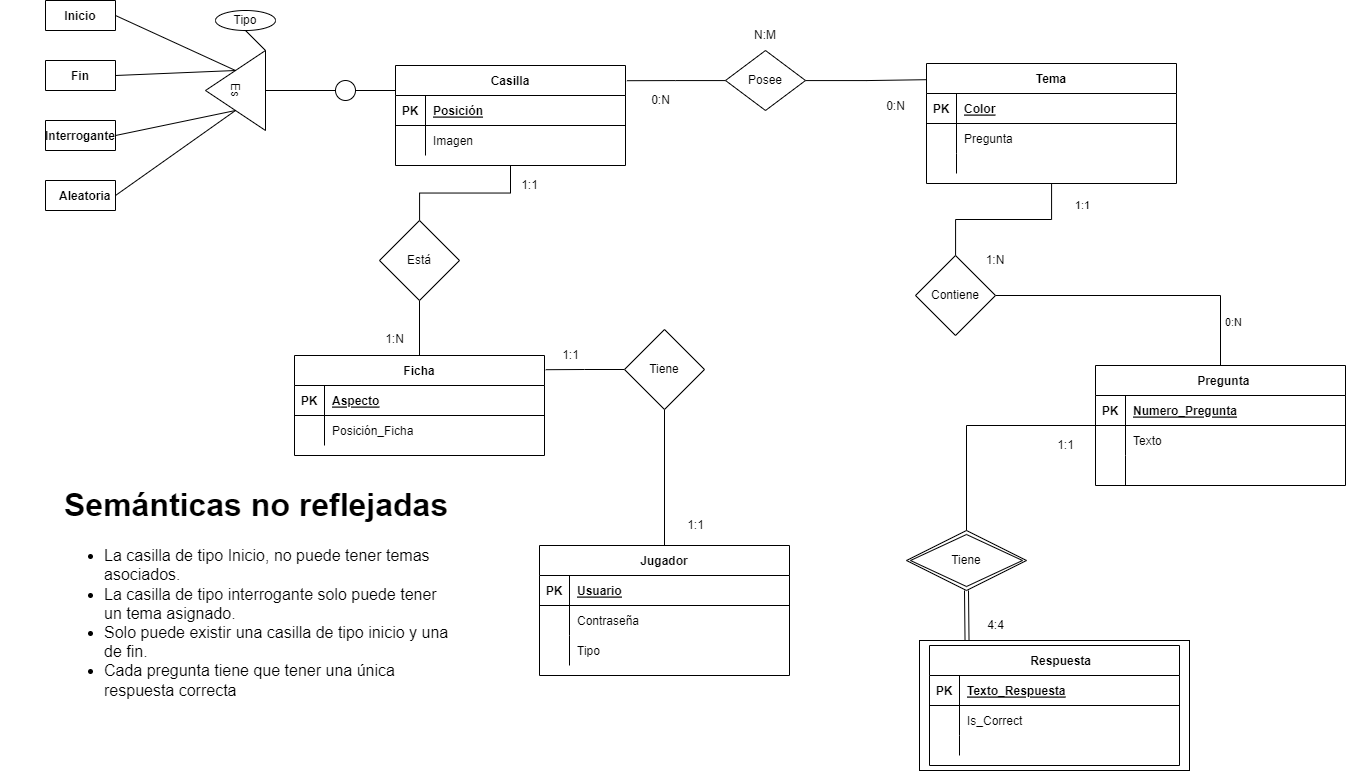
IBohorquezP/Trivial keeps this draw.io diagram as docs/DiagramaER.drawio.png. Above is the earlier version. Source tidied: cells renumbered, new cells last; positions are measured from the earlier drawing's top-left corner, leaving out a move shared by most shapes.
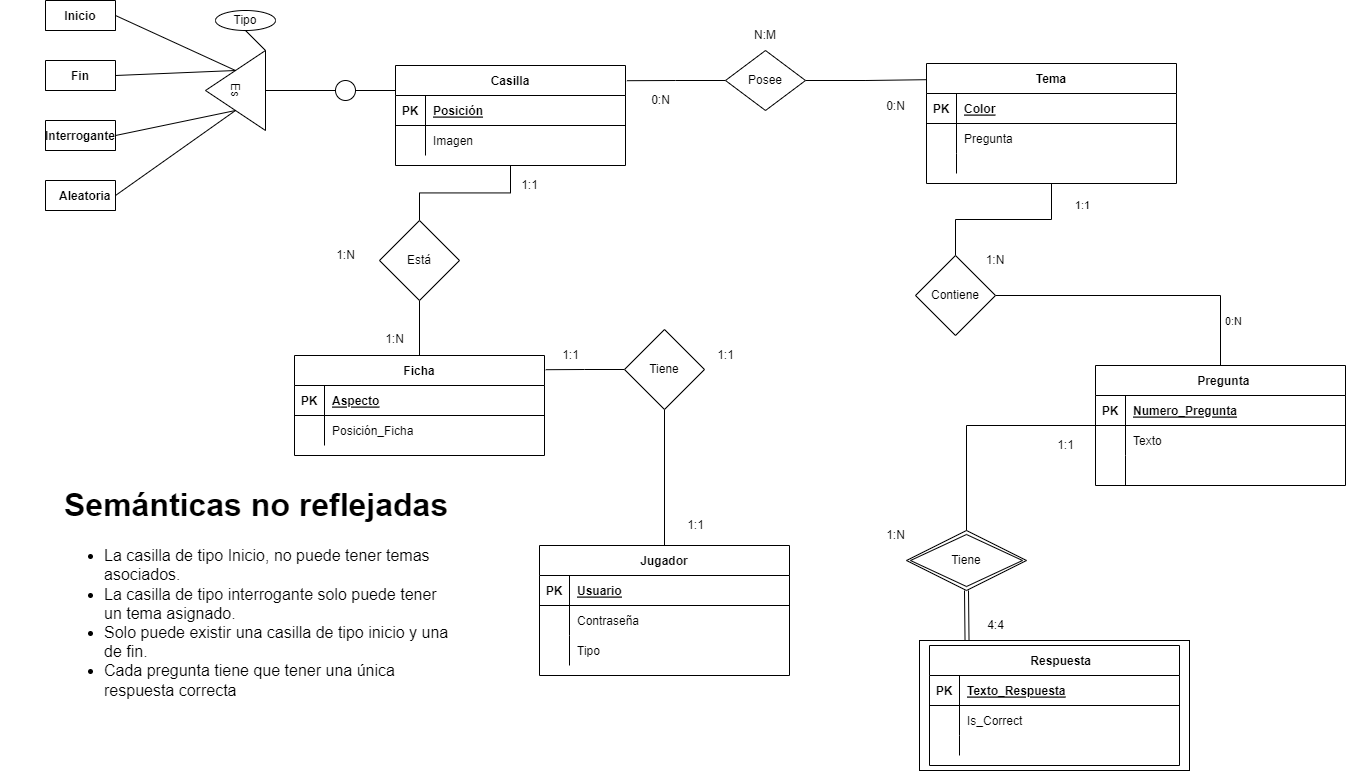
After the change.

Change to the diagram source:
```diff
@@ -314,5 +314,14 @@
     <mxCell id="101" value="&lt;h1&gt;Semánticas no reflejadas&lt;/h1&gt;&lt;ul&gt;&lt;li&gt;&lt;span&gt;La casilla de tipo Inicio, no puede tener temas asociados.&lt;/span&gt;&lt;/li&gt;&lt;li&gt;La casilla de tipo interrogante solo puede tener un tema asignado.&lt;/li&gt;&lt;li&gt;Solo puede existir una casilla de tipo inicio y una de fin.&lt;/li&gt;&lt;li&gt;Cada pregunta tiene que tener una única respuesta correcta&amp;nbsp;&lt;/li&gt;&lt;/ul&gt;" style="text;html=1;strokeColor=none;fillColor=none;spacing=5;spacingTop=-20;whiteSpace=wrap;overflow=hidden;rounded=0;labelBorderColor=none;fontFamily=Helvetica;fontSize=16;fontColor=default;startSize=30;" parent="1" vertex="1">
       <mxGeometry x="59" y="475" width="400" height="285" as="geometry" />
     </mxCell>
+    <mxCell id="102" value="1:N" style="text;html=1;align=center;verticalAlign=middle;strokeColor=none;fillColor=none;" parent="1" vertex="1">
+      <mxGeometry x="330" y="245" width="30" height="20" as="geometry" />
+    </mxCell>
+    <mxCell id="103" value="1:N" style="text;html=1;align=center;verticalAlign=middle;strokeColor=none;fillColor=none;" parent="1" vertex="1">
+      <mxGeometry x="880" y="525" width="30" height="20" as="geometry" />
+    </mxCell>
+    <mxCell id="104" value="1:1" style="text;html=1;align=center;verticalAlign=middle;strokeColor=none;fillColor=none;" parent="1" vertex="1">
+      <mxGeometry x="710" y="345" width="30" height="20" as="geometry" />
+    </mxCell>
   </root>
 </mxGraphModel>
```
